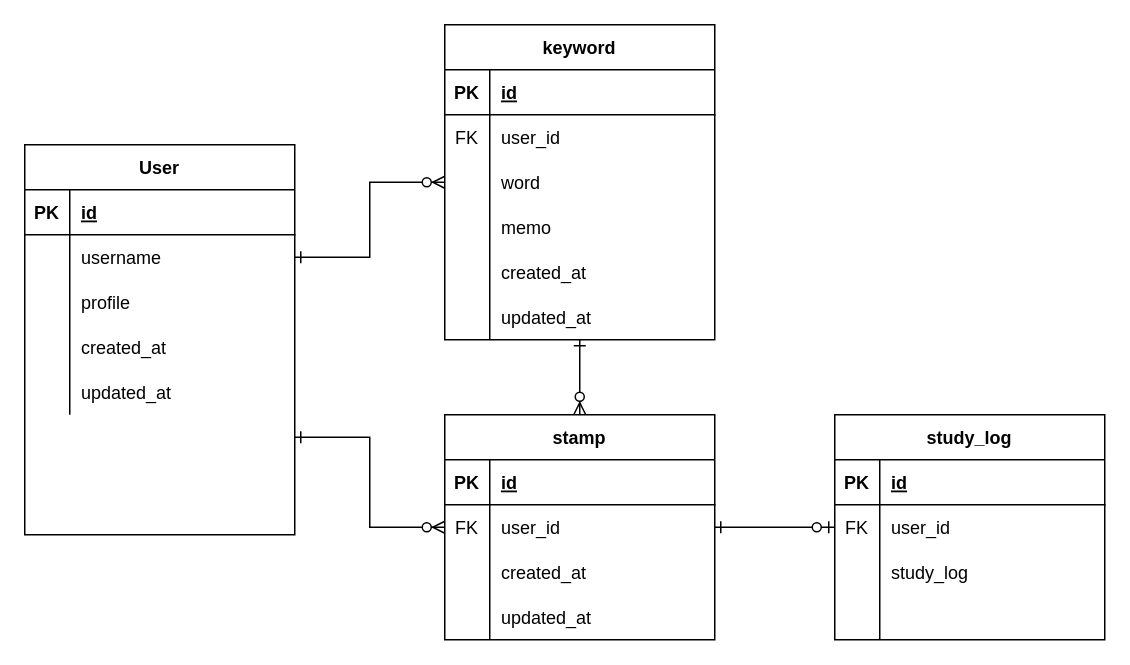
Above: page "withAuth" (1 of 2) of for_TS_Express_bigenner_projects.drawio in RiSEblackbird/language-memo (draw.io), before the change. Source tidied: cells renumbered, new cells numbered last; positions are measured from the earlier drawing's top-left corner, leaving out a move shared by most shapes. Both pictures are drawn from the tidied source at 150%, with x=0, y=0 at pixel (24, 24).
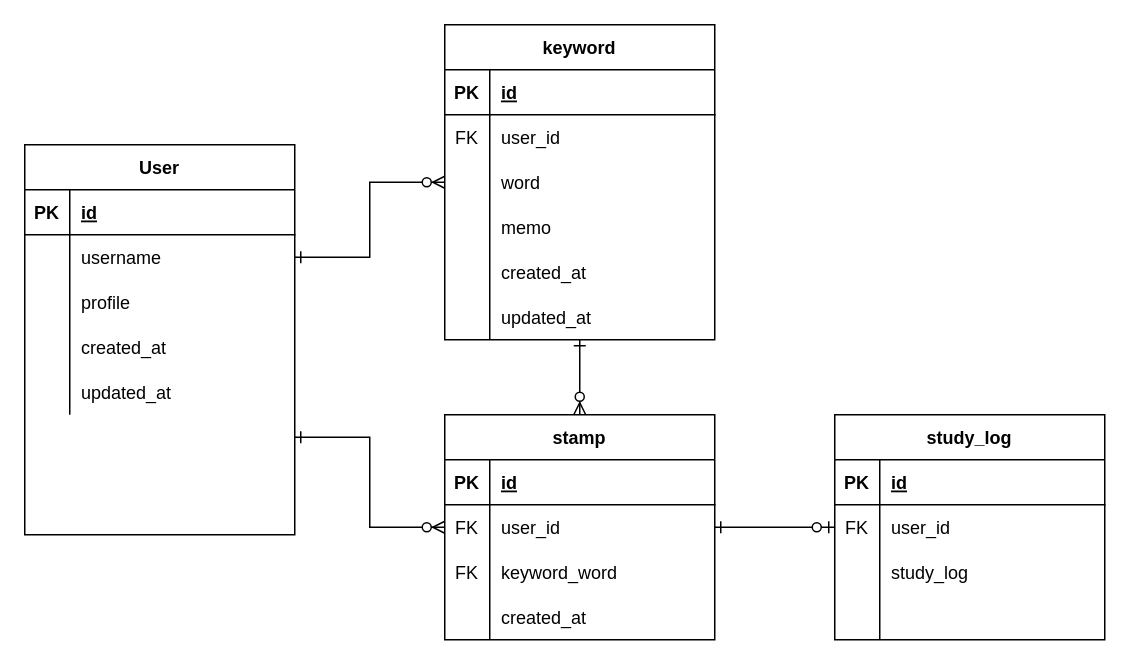
The same page after the edit.

The change refers to these unchanged cells:
```xml
<mxCell id="41" value="stamp" style="shape=table;startSize=30;childLayout=tableLayout;rowLines=0;fontStyle=1;align=center;" parent="1" vertex="1">
  <mxGeometry x="280" y="260" width="180" height="150" as="geometry" />
</mxCell>
<mxCell id="45" style="shape=partialRectangle;fillColor=none;top=0;left=0;bottom=0;right=0;points=[[0,0.5],[1,0.5]];portConstraint=eastwest;" parent="41" vertex="1">
  <mxGeometry y="60" width="180" height="30" as="geometry" />
</mxCell>
<mxCell id="54" value="study_log" style="shape=table;startSize=30;childLayout=tableLayout;rowLines=0;fontStyle=1;align=center;" parent="1" vertex="1">
  <mxGeometry x="540" y="260" width="180" height="150" as="geometry" />
</mxCell>
```

Change to the diagram source:
```diff
@@
-    <mxCell id="40" style="edgeStyle=orthogonalEdgeStyle;rounded=0;jettySize=auto;html=1;startArrow=ERone;startFill=0;endArrow=ERzeroToOne;endFill=1;" parent="1" edge="1" source="41" target="54">
+    <mxCell id="40" style="edgeStyle=orthogonalEdgeStyle;rounded=0;jettySize=auto;html=1;startArrow=ERone;startFill=0;endArrow=ERzeroToOne;endFill=1;exitX=1;exitY=0.5;exitDx=0;exitDy=0;" parent="1" edge="1" source="45" target="54">
       <mxGeometry relative="1" as="geometry" />
     </mxCell>
@@
+    <mxCell id="67" style="shape=partialRectangle;fillColor=none;top=0;left=0;bottom=0;right=0;" parent="41" vertex="1">
+      <mxGeometry y="90" width="180" height="30" as="geometry" />
+    </mxCell>
+    <mxCell id="68" value="FK" style="shape=partialRectangle;fillColor=none;top=0;left=0;bottom=0;right=0;overflow=hidden;" parent="67" vertex="1">
+      <mxGeometry width="30" height="30" as="geometry" />
+    </mxCell>
+    <mxCell id="69" value="keyword_word" style="shape=partialRectangle;fillColor=none;top=0;left=0;bottom=0;right=0;align=left;spacingLeft=6;overflow=hidden;" parent="67" vertex="1">
+      <mxGeometry x="30" width="150" height="30" as="geometry" />
+    </mxCell>
     <mxCell id="48" style="shape=partialRectangle;fillColor=none;top=0;left=0;bottom=0;right=0;" parent="41" vertex="1">
-      <mxGeometry y="90" width="180" height="30" as="geometry" />
+      <mxGeometry y="120" width="180" height="30" as="geometry" />
     </mxCell>
@@
-    <mxCell id="51" style="shape=partialRectangle;fillColor=none;top=0;left=0;bottom=0;right=0;" parent="41" vertex="1">
-      <mxGeometry y="120" width="180" height="30" as="geometry" />
-    </mxCell>
-    <mxCell id="52" style="shape=partialRectangle;fillColor=none;top=0;left=0;bottom=0;right=0;overflow=hidden;" parent="51" vertex="1">
-      <mxGeometry width="30" height="30" as="geometry" />
-    </mxCell>
-    <mxCell id="53" value="updated_at" style="shape=partialRectangle;fillColor=none;top=0;left=0;bottom=0;right=0;align=left;spacingLeft=6;overflow=hidden;" parent="51" vertex="1">
-      <mxGeometry x="30" width="150" height="30" as="geometry" />
-    </mxCell>
```
